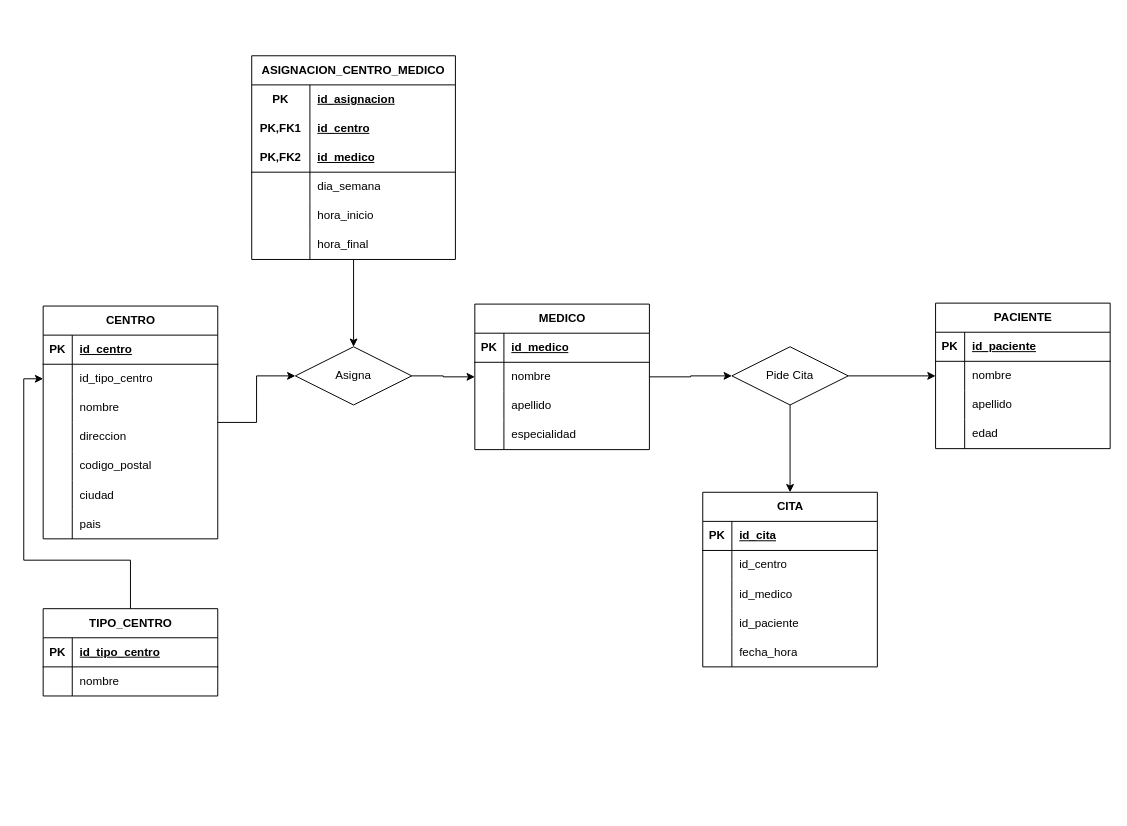
This is page "BD_HOSPITAL" (4 of 5) of BD_Proyectos Varios.drawio.xml from IvanaCandyAguilar/SQL-Development, a draw.io file, before an edit. Source tidied: cells renumbered, new cells numbered last; positions are measured from the earlier drawing's top-left corner, leaving out a move shared by most shapes. Both pictures are drawn from the tidied source at 97%, with x=0, y=0 at pixel (23, 55).
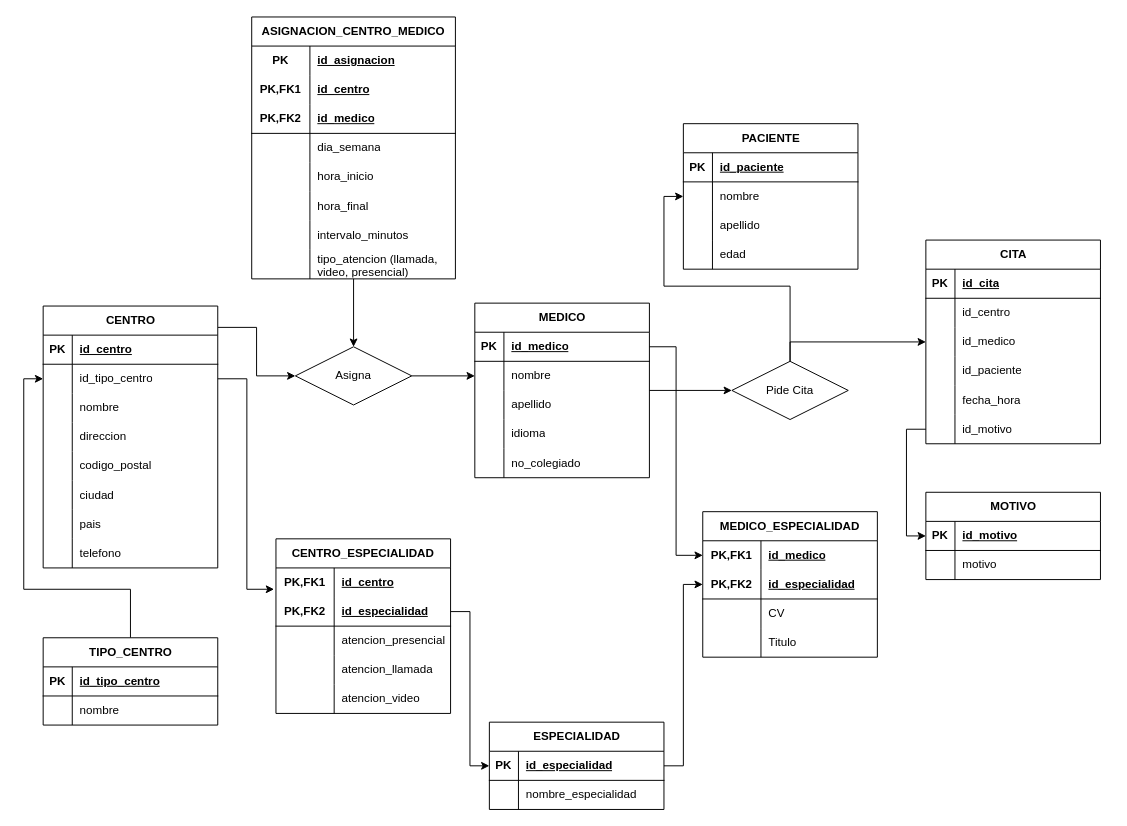
Above is the later version.

Unchanged cells that the change refers to:
```xml
<mxCell id="4" style="shape=tableRow;horizontal=0;startSize=0;swimlaneHead=0;swimlaneBody=0;fillColor=none;points=[[0,0.5],[1,0.5]];portConstraint=eastwest;top=0;left=0;right=0;bottom=1;" parent="3" vertex="1">
  <mxGeometry y="30" width="180" height="30" as="geometry" />
</mxCell>
<mxCell id="13" style="shape=tableRow;horizontal=0;startSize=0;swimlaneHead=0;swimlaneBody=0;fillColor=none;top=0;left=0;right=0;bottom=0;" parent="3" vertex="1">
  <mxGeometry y="120" width="180" height="30" as="geometry" />
</mxCell>
<mxCell id="21" style="shape=tableRow;horizontal=0;startSize=0;swimlaneHead=0;swimlaneBody=0;fillColor=none;points=[[0,0.5],[1,0.5]];portConstraint=eastwest;top=0;left=0;right=0;bottom=0;" parent="17" vertex="1">
  <mxGeometry y="60" width="180" height="30" as="geometry" />
</mxCell>
<mxCell id="43" style="shape=tableRow;horizontal=0;startSize=0;swimlaneHead=0;swimlaneBody=0;fillColor=none;points=[[0,0.5],[1,0.5]];portConstraint=eastwest;top=0;left=0;right=0;bottom=0;" parent="39" vertex="1">
  <mxGeometry y="60" width="180" height="30" as="geometry" />
</mxCell>
<mxCell id="62" style="shape=tableRow;horizontal=0;startSize=0;swimlaneHead=0;swimlaneBody=0;fillColor=none;points=[[0,0.5],[1,0.5]];portConstraint=eastwest;top=0;left=0;right=0;bottom=0;" parent="55" vertex="1">
  <mxGeometry y="90" width="180" height="30" as="geometry" />
</mxCell>
<mxCell id="100" value="Asigna" style="shape=rhombus;perimeter=rhombusPerimeter;whiteSpace=wrap;html=1;align=center;" parent="1" vertex="1">
  <mxGeometry x="280" y="300" width="120" height="60" as="geometry" />
</mxCell>
```

What changed in the source:
```diff
@@
     <mxCell id="3" value="MEDICO" style="shape=table;startSize=30;childLayout=tableLayout;rowLines=0;fontStyle=1;align=center;html=1;" parent="1" vertex="1">
-      <mxGeometry x="465" y="256" width="180" height="150" as="geometry" />
+      <mxGeometry x="465" y="255" width="180" height="180" as="geometry" />
     </mxCell>
@@
-    <mxCell id="14" style="shape=partialRectangle;fillColor=none;top=0;left=0;bottom=0;right=0;overflow=hidden;whiteSpace=wrap;html=1;" parent="13" vertex="1">
-      <mxGeometry width="30" height="30" as="geometry" />
-    </mxCell>
-    <mxCell id="15" value="especialidad" style="shape=partialRectangle;fillColor=none;top=0;left=0;bottom=0;right=0;align=left;spacingLeft=6;overflow=hidden;whiteSpace=wrap;html=1;" parent="13" vertex="1">
-      <mxGeometry x="30" width="150" height="30" as="geometry" />
-    </mxCell>
+    <mxCell id="101" style="shape=partialRectangle;fillColor=none;top=0;left=0;bottom=0;right=0;overflow=hidden;whiteSpace=wrap;html=1;" parent="13" vertex="1">
+      <mxGeometry width="30" height="30" as="geometry" />
+    </mxCell>
+    <mxCell id="102" value="idioma" style="shape=partialRectangle;fillColor=none;top=0;left=0;bottom=0;right=0;align=left;spacingLeft=6;overflow=hidden;whiteSpace=wrap;html=1;" parent="13" vertex="1">
+      <mxGeometry x="30" width="150" height="30" as="geometry" />
+    </mxCell>
+    <mxCell id="103" style="shape=tableRow;horizontal=0;startSize=0;swimlaneHead=0;swimlaneBody=0;fillColor=none;top=0;left=0;right=0;bottom=0;" parent="3" vertex="1">
+      <mxGeometry y="150" width="180" height="30" as="geometry" />
+    </mxCell>
+    <mxCell id="104" style="shape=partialRectangle;fillColor=none;top=0;left=0;bottom=0;right=0;overflow=hidden;whiteSpace=wrap;html=1;" parent="103" vertex="1">
+      <mxGeometry width="30" height="30" as="geometry" />
+    </mxCell>
+    <mxCell id="105" value="no_colegiado" style="shape=partialRectangle;fillColor=none;top=0;left=0;bottom=0;right=0;align=left;spacingLeft=6;overflow=hidden;whiteSpace=wrap;html=1;" parent="103" vertex="1">
+      <mxGeometry x="30" width="150" height="30" as="geometry" />
+    </mxCell>
     <mxCell id="16" style="edgeStyle=orthogonalEdgeStyle;rounded=0;jettySize=auto;html=1;entryX=0;entryY=0.5;entryDx=0;entryDy=0;" parent="1" edge="1" source="17" target="100">
-      <mxGeometry relative="1" as="geometry" />
+      <mxGeometry relative="1" as="geometry">
+        <Array as="points">
+          <mxPoint x="240" y="280" />
+          <mxPoint x="240" y="330" />
+        </Array>
+      </mxGeometry>
     </mxCell>
     <mxCell id="17" value="CENTRO" style="shape=table;startSize=30;childLayout=tableLayout;rowLines=0;fontStyle=1;align=center;html=1;" parent="1" vertex="1">
-      <mxGeometry x="20" y="258" width="180" height="240" as="geometry" />
+      <mxGeometry x="20" y="258" width="180" height="270" as="geometry" />
     </mxCell>
@@
+    <mxCell id="106" style="shape=tableRow;horizontal=0;startSize=0;swimlaneHead=0;swimlaneBody=0;fillColor=none;top=0;left=0;right=0;bottom=0;" parent="17" vertex="1">
+      <mxGeometry y="240" width="180" height="30" as="geometry" />
+    </mxCell>
+    <mxCell id="107" style="shape=partialRectangle;fillColor=none;top=0;left=0;bottom=0;right=0;overflow=hidden;whiteSpace=wrap;html=1;" parent="106" vertex="1">
+      <mxGeometry width="30" height="30" as="geometry" />
+    </mxCell>
+    <mxCell id="108" value="telefono" style="shape=partialRectangle;fillColor=none;top=0;left=0;bottom=0;right=0;align=left;spacingLeft=6;overflow=hidden;whiteSpace=wrap;html=1;" parent="106" vertex="1">
+      <mxGeometry x="30" width="150" height="30" as="geometry" />
+    </mxCell>
     <mxCell id="39" value="PACIENTE" style="shape=table;startSize=30;childLayout=tableLayout;rowLines=0;fontStyle=1;align=center;html=1;" parent="1" vertex="1">
-      <mxGeometry x="940" y="255" width="180" height="150" as="geometry" />
+      <mxGeometry x="680" y="70" width="180" height="150" as="geometry" />
     </mxCell>
@@
-    <mxCell id="52" style="edgeStyle=orthogonalEdgeStyle;rounded=0;jettySize=auto;html=1;exitX=1;exitY=0.5;exitDx=0;exitDy=0;entryX=0;entryY=0.5;entryDx=0;entryDy=0;" parent="1" edge="1" source="54" target="43">
+    <mxCell id="52" style="edgeStyle=orthogonalEdgeStyle;rounded=0;jettySize=auto;html=1;entryX=0;entryY=0.5;entryDx=0;entryDy=0;" parent="1" edge="1" source="54" target="43">
       <mxGeometry relative="1" as="geometry" />
     </mxCell>
-    <mxCell id="53" style="edgeStyle=orthogonalEdgeStyle;rounded=0;jettySize=auto;html=1;entryX=0.5;entryY=0;entryDx=0;entryDy=0;" parent="1" edge="1" source="54" target="55">
+    <mxCell id="53" style="edgeStyle=orthogonalEdgeStyle;rounded=0;jettySize=auto;html=1;" parent="1" edge="1" source="54" target="62">
       <mxGeometry relative="1" as="geometry" />
     </mxCell>
     <mxCell id="54" value="Pide Cita" style="shape=rhombus;perimeter=rhombusPerimeter;whiteSpace=wrap;html=1;align=center;" parent="1" vertex="1">
-      <mxGeometry x="730" y="300" width="120" height="60" as="geometry" />
+      <mxGeometry x="730" y="315" width="120" height="60" as="geometry" />
     </mxCell>
     <mxCell id="55" value="CITA" style="shape=table;startSize=30;childLayout=tableLayout;rowLines=0;fontStyle=1;align=center;html=1;" parent="1" vertex="1">
-      <mxGeometry x="700" y="450" width="180" height="180" as="geometry" />
+      <mxGeometry x="930" y="190" width="180" height="210" as="geometry" />
     </mxCell>
@@
+    <mxCell id="109" style="shape=tableRow;horizontal=0;startSize=0;swimlaneHead=0;swimlaneBody=0;fillColor=none;points=[[0,0.5],[1,0.5]];portConstraint=eastwest;top=0;left=0;right=0;bottom=0;" parent="55" vertex="1">
+      <mxGeometry y="180" width="180" height="30" as="geometry" />
+    </mxCell>
+    <mxCell id="110" style="shape=partialRectangle;fillColor=none;top=0;left=0;bottom=0;right=0;overflow=hidden;whiteSpace=wrap;html=1;" parent="109" vertex="1">
+      <mxGeometry width="30" height="30" as="geometry" />
+    </mxCell>
+    <mxCell id="111" value="id_motivo" style="shape=partialRectangle;fillColor=none;top=0;left=0;bottom=0;right=0;align=left;spacingLeft=6;overflow=hidden;whiteSpace=wrap;html=1;" parent="109" vertex="1">
+      <mxGeometry x="30" width="150" height="30" as="geometry" />
+    </mxCell>
     <mxCell id="71" style="edgeStyle=orthogonalEdgeStyle;rounded=0;jettySize=auto;html=1;entryX=0;entryY=0.5;entryDx=0;entryDy=0;" parent="1" edge="1" source="72" target="21">
       <mxGeometry relative="1" as="geometry">
         <Array as="points">
-          <mxPoint x="110" y="520" />
-          <mxPoint y="520" />
+          <mxPoint x="110" y="550" />
+          <mxPoint y="550" />
           <mxPoint y="333" />
         </Array>
       </mxGeometry>
     </mxCell>
     <mxCell id="72" value="TIPO_CENTRO" style="shape=table;startSize=30;childLayout=tableLayout;rowLines=0;fontStyle=1;align=center;html=1;" parent="1" vertex="1">
-      <mxGeometry x="20" y="570" width="180" height="90" as="geometry" />
+      <mxGeometry x="20" y="600" width="180" height="90" as="geometry" />
     </mxCell>
@@
     <mxCell id="80" value="ASIGNACION_CENTRO_MEDICO" style="shape=table;startSize=30;childLayout=tableLayout;rowLines=0;fontStyle=1;align=center;html=1;whiteSpace=wrap;" parent="1" vertex="1">
-      <mxGeometry x="235" width="210" height="210" as="geometry" />
+      <mxGeometry x="235" y="-40" width="210" height="270" as="geometry" />
     </mxCell>
@@
+    <mxCell id="112" style="shape=tableRow;horizontal=0;startSize=0;swimlaneHead=0;swimlaneBody=0;fillColor=none;top=0;left=0;right=0;bottom=0;html=1;" parent="80" vertex="1">
+      <mxGeometry y="210" width="210" height="30" as="geometry" />
+    </mxCell>
+    <mxCell id="113" style="shape=partialRectangle;fillColor=none;top=0;left=0;bottom=0;right=0;overflow=hidden;html=1;whiteSpace=wrap;" parent="112" vertex="1">
+      <mxGeometry width="60" height="30" as="geometry" />
+    </mxCell>
+    <mxCell id="114" value="intervalo_minutos" style="shape=partialRectangle;fillColor=none;top=0;left=0;bottom=0;right=0;align=left;spacingLeft=6;overflow=hidden;html=1;whiteSpace=wrap;" parent="112" vertex="1">
+      <mxGeometry x="60" width="150" height="30" as="geometry" />
+    </mxCell>
+    <mxCell id="115" style="shape=tableRow;horizontal=0;startSize=0;swimlaneHead=0;swimlaneBody=0;fillColor=none;top=0;left=0;right=0;bottom=0;html=1;" parent="80" vertex="1">
+      <mxGeometry y="240" width="210" height="30" as="geometry" />
+    </mxCell>
+    <mxCell id="116" style="shape=partialRectangle;fillColor=none;top=0;left=0;bottom=0;right=0;overflow=hidden;html=1;whiteSpace=wrap;" parent="115" vertex="1">
+      <mxGeometry width="60" height="30" as="geometry" />
+    </mxCell>
+    <mxCell id="117" value="tipo_atencion (llamada, video, presencial)" style="shape=partialRectangle;fillColor=none;top=0;left=0;bottom=0;right=0;align=left;spacingLeft=6;overflow=hidden;html=1;whiteSpace=wrap;" parent="115" vertex="1">
+      <mxGeometry x="60" width="150" height="30" as="geometry" />
+    </mxCell>
@@
+    <mxCell id="118" value="MOTIVO" style="shape=table;startSize=30;childLayout=tableLayout;rowLines=0;fontStyle=1;align=center;html=1;" parent="1" vertex="1">
+      <mxGeometry x="930" y="450" width="180" height="90" as="geometry" />
+    </mxCell>
+    <mxCell id="119" style="shape=tableRow;horizontal=0;startSize=0;swimlaneHead=0;swimlaneBody=0;fillColor=none;points=[[0,0.5],[1,0.5]];portConstraint=eastwest;top=0;left=0;right=0;bottom=1;" parent="118" vertex="1">
+      <mxGeometry y="30" width="180" height="30" as="geometry" />
+    </mxCell>
+    <mxCell id="120" value="PK" style="shape=partialRectangle;fillColor=none;top=0;left=0;bottom=0;right=0;fontStyle=1;overflow=hidden;whiteSpace=wrap;html=1;" parent="119" vertex="1">
+      <mxGeometry width="30" height="30" as="geometry" />
+    </mxCell>
+    <mxCell id="121" value="id_motivo" style="shape=partialRectangle;fillColor=none;top=0;left=0;bottom=0;right=0;align=left;spacingLeft=6;fontStyle=5;overflow=hidden;whiteSpace=wrap;html=1;" parent="119" vertex="1">
+      <mxGeometry x="30" width="150" height="30" as="geometry" />
+    </mxCell>
+    <mxCell id="122" style="shape=tableRow;horizontal=0;startSize=0;swimlaneHead=0;swimlaneBody=0;fillColor=none;top=0;left=0;right=0;bottom=0;" parent="118" vertex="1">
+      <mxGeometry y="60" width="180" height="30" as="geometry" />
+    </mxCell>
+    <mxCell id="123" style="shape=partialRectangle;fillColor=none;top=0;left=0;bottom=0;right=0;overflow=hidden;whiteSpace=wrap;html=1;" parent="122" vertex="1">
+      <mxGeometry width="30" height="30" as="geometry" />
+    </mxCell>
+    <mxCell id="124" value="motivo" style="shape=partialRectangle;fillColor=none;top=0;left=0;bottom=0;right=0;align=left;spacingLeft=6;overflow=hidden;whiteSpace=wrap;html=1;" parent="122" vertex="1">
+      <mxGeometry x="30" width="150" height="30" as="geometry" />
+    </mxCell>
+    <mxCell id="125" style="edgeStyle=orthogonalEdgeStyle;rounded=0;jettySize=auto;html=1;entryX=0;entryY=0.5;entryDx=0;entryDy=0;" parent="1" edge="1" source="109" target="119">
+      <mxGeometry relative="1" as="geometry" />
+    </mxCell>
+    <mxCell id="126" value="ESPECIALIDAD" style="shape=table;startSize=30;childLayout=tableLayout;rowLines=0;fontStyle=1;align=center;html=1;" parent="1" vertex="1">
+      <mxGeometry x="480" y="687" width="180" height="90" as="geometry" />
+    </mxCell>
+    <mxCell id="127" style="shape=tableRow;horizontal=0;startSize=0;swimlaneHead=0;swimlaneBody=0;fillColor=none;points=[[0,0.5],[1,0.5]];portConstraint=eastwest;top=0;left=0;right=0;bottom=1;" parent="126" vertex="1">
+      <mxGeometry y="30" width="180" height="30" as="geometry" />
+    </mxCell>
+    <mxCell id="128" value="PK" style="shape=partialRectangle;fillColor=none;top=0;left=0;bottom=0;right=0;fontStyle=1;overflow=hidden;whiteSpace=wrap;html=1;" parent="127" vertex="1">
+      <mxGeometry width="30" height="30" as="geometry" />
+    </mxCell>
+    <mxCell id="129" value="id_especialidad" style="shape=partialRectangle;fillColor=none;top=0;left=0;bottom=0;right=0;align=left;spacingLeft=6;fontStyle=5;overflow=hidden;whiteSpace=wrap;html=1;" parent="127" vertex="1">
+      <mxGeometry x="30" width="150" height="30" as="geometry" />
+    </mxCell>
+    <mxCell id="130" style="shape=tableRow;horizontal=0;startSize=0;swimlaneHead=0;swimlaneBody=0;fillColor=none;top=0;left=0;right=0;bottom=0;" parent="126" vertex="1">
+      <mxGeometry y="60" width="180" height="30" as="geometry" />
+    </mxCell>
+    <mxCell id="131" style="shape=partialRectangle;fillColor=none;top=0;left=0;bottom=0;right=0;overflow=hidden;whiteSpace=wrap;html=1;" parent="130" vertex="1">
+      <mxGeometry width="30" height="30" as="geometry" />
+    </mxCell>
+    <mxCell id="132" value="nombre_especialidad" style="shape=partialRectangle;fillColor=none;top=0;left=0;bottom=0;right=0;align=left;spacingLeft=6;overflow=hidden;whiteSpace=wrap;html=1;" parent="130" vertex="1">
+      <mxGeometry x="30" width="150" height="30" as="geometry" />
+    </mxCell>
+    <mxCell id="133" style="edgeStyle=orthogonalEdgeStyle;rounded=0;orthogonalLoop=1;jettySize=auto;html=1;entryX=0;entryY=0.5;entryDx=0;entryDy=0;" parent="1" edge="1">
+      <mxGeometry relative="1" as="geometry">
+        <mxPoint x="740" y="540" as="sourcePoint" />
+        <Array as="points">
+          <mxPoint x="570" y="490" />
+          <mxPoint x="445" y="490" />
+          <mxPoint x="445" y="390" />
+        </Array>
+      </mxGeometry>
+    </mxCell>
+    <mxCell id="134" style="edgeStyle=orthogonalEdgeStyle;rounded=0;jettySize=auto;html=1;entryX=0;entryY=0.5;entryDx=0;entryDy=0;" parent="1" edge="1" target="127">
+      <mxGeometry relative="1" as="geometry" />
+    </mxCell>
+    <mxCell id="135" value="CENTRO_ESPECIALIDAD" style="shape=table;startSize=30;childLayout=tableLayout;rowLines=0;fontStyle=1;align=center;html=1;whiteSpace=wrap;" parent="1" vertex="1">
+      <mxGeometry x="260" y="498" width="180" height="180" as="geometry" />
+    </mxCell>
+    <mxCell id="136" style="shape=tableRow;horizontal=0;startSize=0;swimlaneHead=0;swimlaneBody=0;fillColor=none;points=[[0,0.5],[1,0.5]];portConstraint=eastwest;top=0;left=0;right=0;bottom=0;html=1;" parent="135" vertex="1">
+      <mxGeometry y="30" width="180" height="30" as="geometry" />
+    </mxCell>
+    <mxCell id="137" value="PK,FK1" style="shape=partialRectangle;fillColor=none;top=0;left=0;bottom=0;right=0;fontStyle=1;overflow=hidden;html=1;whiteSpace=wrap;" parent="136" vertex="1">
+      <mxGeometry width="60" height="30" as="geometry" />
+    </mxCell>
+    <mxCell id="138" value="id_centro" style="shape=partialRectangle;fillColor=none;top=0;left=0;bottom=0;right=0;align=left;spacingLeft=6;fontStyle=5;overflow=hidden;html=1;whiteSpace=wrap;" parent="136" vertex="1">
+      <mxGeometry x="60" width="120" height="30" as="geometry" />
+    </mxCell>
+    <mxCell id="139" style="shape=tableRow;horizontal=0;startSize=0;swimlaneHead=0;swimlaneBody=0;fillColor=none;points=[[0,0.5],[1,0.5]];portConstraint=eastwest;top=0;left=0;right=0;bottom=1;html=1;" parent="135" vertex="1">
+      <mxGeometry y="60" width="180" height="30" as="geometry" />
+    </mxCell>
+    <mxCell id="140" value="PK,FK2" style="shape=partialRectangle;fillColor=none;top=0;left=0;bottom=0;right=0;fontStyle=1;overflow=hidden;html=1;whiteSpace=wrap;" parent="139" vertex="1">
+      <mxGeometry width="60" height="30" as="geometry" />
+    </mxCell>
+    <mxCell id="141" value="id_especialidad" style="shape=partialRectangle;fillColor=none;top=0;left=0;bottom=0;right=0;align=left;spacingLeft=6;fontStyle=5;overflow=hidden;html=1;whiteSpace=wrap;" parent="139" vertex="1">
+      <mxGeometry x="60" width="120" height="30" as="geometry" />
+    </mxCell>
+    <mxCell id="142" style="shape=tableRow;horizontal=0;startSize=0;swimlaneHead=0;swimlaneBody=0;fillColor=none;top=0;left=0;right=0;bottom=0;html=1;" parent="135" vertex="1">
+      <mxGeometry y="90" width="180" height="30" as="geometry" />
+    </mxCell>
+    <mxCell id="143" style="shape=partialRectangle;fillColor=none;top=0;left=0;bottom=0;right=0;overflow=hidden;html=1;whiteSpace=wrap;" parent="142" vertex="1">
+      <mxGeometry width="60" height="30" as="geometry" />
+    </mxCell>
+    <mxCell id="144" value="atencion_presencial" style="shape=partialRectangle;fillColor=none;top=0;left=0;bottom=0;right=0;align=left;spacingLeft=6;overflow=hidden;html=1;whiteSpace=wrap;" parent="142" vertex="1">
+      <mxGeometry x="60" width="120" height="30" as="geometry" />
+    </mxCell>
+    <mxCell id="145" style="shape=tableRow;horizontal=0;startSize=0;swimlaneHead=0;swimlaneBody=0;fillColor=none;top=0;left=0;right=0;bottom=0;html=1;" parent="135" vertex="1">
+      <mxGeometry y="120" width="180" height="30" as="geometry" />
+    </mxCell>
+    <mxCell id="146" style="shape=partialRectangle;fillColor=none;top=0;left=0;bottom=0;right=0;overflow=hidden;html=1;whiteSpace=wrap;" parent="145" vertex="1">
+      <mxGeometry width="60" height="30" as="geometry" />
+    </mxCell>
+    <mxCell id="147" value="atencion_llamada" style="shape=partialRectangle;fillColor=none;top=0;left=0;bottom=0;right=0;align=left;spacingLeft=6;overflow=hidden;html=1;whiteSpace=wrap;" parent="145" vertex="1">
+      <mxGeometry x="60" width="120" height="30" as="geometry" />
+    </mxCell>
+    <mxCell id="148" style="shape=tableRow;horizontal=0;startSize=0;swimlaneHead=0;swimlaneBody=0;fillColor=none;top=0;left=0;right=0;bottom=0;html=1;" parent="135" vertex="1">
+      <mxGeometry y="150" width="180" height="30" as="geometry" />
+    </mxCell>
+    <mxCell id="149" style="shape=partialRectangle;fillColor=none;top=0;left=0;bottom=0;right=0;overflow=hidden;html=1;whiteSpace=wrap;" parent="148" vertex="1">
+      <mxGeometry width="60" height="30" as="geometry" />
+    </mxCell>
+    <mxCell id="150" value="atencion_video" style="shape=partialRectangle;fillColor=none;top=0;left=0;bottom=0;right=0;align=left;spacingLeft=6;overflow=hidden;html=1;whiteSpace=wrap;" parent="148" vertex="1">
+      <mxGeometry x="60" width="120" height="30" as="geometry" />
+    </mxCell>
+    <mxCell id="151" style="edgeStyle=orthogonalEdgeStyle;rounded=0;jettySize=auto;html=1;exitX=1;exitY=0.5;exitDx=0;exitDy=0;entryX=-0.011;entryY=0.733;entryDx=0;entryDy=0;entryPerimeter=0;" parent="1" edge="1" source="21" target="136">
+      <mxGeometry relative="1" as="geometry" />
+    </mxCell>
+    <mxCell id="152" style="edgeStyle=orthogonalEdgeStyle;rounded=0;jettySize=auto;html=1;entryX=0;entryY=0.5;entryDx=0;entryDy=0;" parent="1" edge="1" source="139" target="127">
+      <mxGeometry relative="1" as="geometry" />
+    </mxCell>
+    <mxCell id="153" value="MEDICO_ESPECIALIDAD" style="shape=table;startSize=30;childLayout=tableLayout;rowLines=0;fontStyle=1;align=center;html=1;whiteSpace=wrap;" parent="1" vertex="1">
+      <mxGeometry x="700" y="470" width="180" height="150" as="geometry" />
+    </mxCell>
+    <mxCell id="154" style="shape=tableRow;horizontal=0;startSize=0;swimlaneHead=0;swimlaneBody=0;fillColor=none;points=[[0,0.5],[1,0.5]];portConstraint=eastwest;top=0;left=0;right=0;bottom=0;html=1;" parent="153" vertex="1">
+      <mxGeometry y="30" width="180" height="30" as="geometry" />
+    </mxCell>
+    <mxCell id="155" value="PK,FK1" style="shape=partialRectangle;fillColor=none;top=0;left=0;bottom=0;right=0;fontStyle=1;overflow=hidden;html=1;whiteSpace=wrap;" parent="154" vertex="1">
+      <mxGeometry width="60" height="30" as="geometry" />
+    </mxCell>
+    <mxCell id="156" value="id_medico" style="shape=partialRectangle;fillColor=none;top=0;left=0;bottom=0;right=0;align=left;spacingLeft=6;fontStyle=5;overflow=hidden;html=1;whiteSpace=wrap;" parent="154" vertex="1">
+      <mxGeometry x="60" width="120" height="30" as="geometry" />
+    </mxCell>
+    <mxCell id="157" style="shape=tableRow;horizontal=0;startSize=0;swimlaneHead=0;swimlaneBody=0;fillColor=none;points=[[0,0.5],[1,0.5]];portConstraint=eastwest;top=0;left=0;right=0;bottom=1;html=1;" parent="153" vertex="1">
+      <mxGeometry y="60" width="180" height="30" as="geometry" />
+    </mxCell>
+    <mxCell id="158" value="PK,FK2" style="shape=partialRectangle;fillColor=none;top=0;left=0;bottom=0;right=0;fontStyle=1;overflow=hidden;html=1;whiteSpace=wrap;" parent="157" vertex="1">
+      <mxGeometry width="60" height="30" as="geometry" />
+    </mxCell>
+    <mxCell id="159" value="id_especialidad" style="shape=partialRectangle;fillColor=none;top=0;left=0;bottom=0;right=0;align=left;spacingLeft=6;fontStyle=5;overflow=hidden;html=1;whiteSpace=wrap;" parent="157" vertex="1">
+      <mxGeometry x="60" width="120" height="30" as="geometry" />
+    </mxCell>
+    <mxCell id="160" style="shape=tableRow;horizontal=0;startSize=0;swimlaneHead=0;swimlaneBody=0;fillColor=none;top=0;left=0;right=0;bottom=0;html=1;" parent="153" vertex="1">
+      <mxGeometry y="90" width="180" height="30" as="geometry" />
+    </mxCell>
+    <mxCell id="161" style="shape=partialRectangle;fillColor=none;top=0;left=0;bottom=0;right=0;overflow=hidden;html=1;whiteSpace=wrap;" parent="160" vertex="1">
+      <mxGeometry width="60" height="30" as="geometry" />
+    </mxCell>
+    <mxCell id="162" value="CV" style="shape=partialRectangle;fillColor=none;top=0;left=0;bottom=0;right=0;align=left;spacingLeft=6;overflow=hidden;html=1;whiteSpace=wrap;" parent="160" vertex="1">
+      <mxGeometry x="60" width="120" height="30" as="geometry" />
+    </mxCell>
+    <mxCell id="163" style="shape=tableRow;horizontal=0;startSize=0;swimlaneHead=0;swimlaneBody=0;fillColor=none;top=0;left=0;right=0;bottom=0;html=1;" parent="153" vertex="1">
+      <mxGeometry y="120" width="180" height="30" as="geometry" />
+    </mxCell>
+    <mxCell id="164" style="shape=partialRectangle;fillColor=none;top=0;left=0;bottom=0;right=0;overflow=hidden;html=1;whiteSpace=wrap;" parent="163" vertex="1">
+      <mxGeometry width="60" height="30" as="geometry" />
+    </mxCell>
+    <mxCell id="165" value="Titulo" style="shape=partialRectangle;fillColor=none;top=0;left=0;bottom=0;right=0;align=left;spacingLeft=6;overflow=hidden;html=1;whiteSpace=wrap;" parent="163" vertex="1">
+      <mxGeometry x="60" width="120" height="30" as="geometry" />
+    </mxCell>
+    <mxCell id="166" style="edgeStyle=orthogonalEdgeStyle;rounded=0;jettySize=auto;html=1;entryX=0;entryY=0.5;entryDx=0;entryDy=0;" parent="1" edge="1" source="4" target="154">
+      <mxGeometry relative="1" as="geometry" />
+    </mxCell>
+    <mxCell id="167" style="edgeStyle=orthogonalEdgeStyle;rounded=0;jettySize=auto;html=1;" parent="1" edge="1" source="127" target="157">
+      <mxGeometry relative="1" as="geometry" />
+    </mxCell>
```
